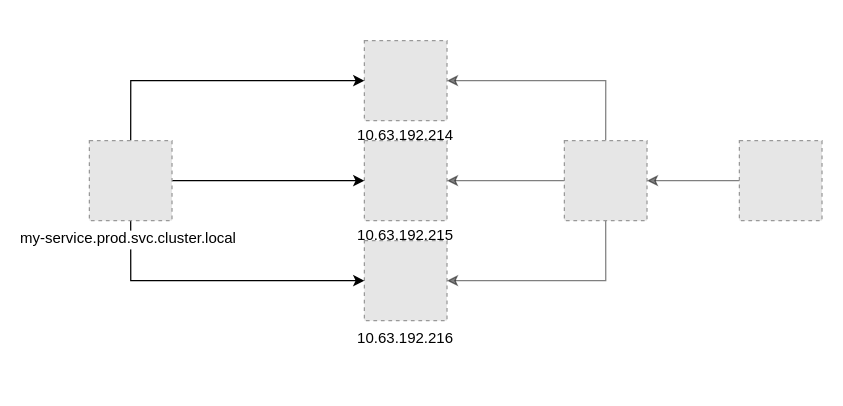
The draw.io diagram Svc with IP.drawio in Hazmo/battlesnake, before the edit. Source tidied: cells renumbered, new cells numbered last; positions are measured from the earlier drawing's top-left corner, leaving out a move shared by most shapes. Both pictures are drawn from the tidied source at 125%, with x=0, y=0 at pixel (89, 40). Pictures stored in the file or linked from it are replaced by grey dashed boxes.
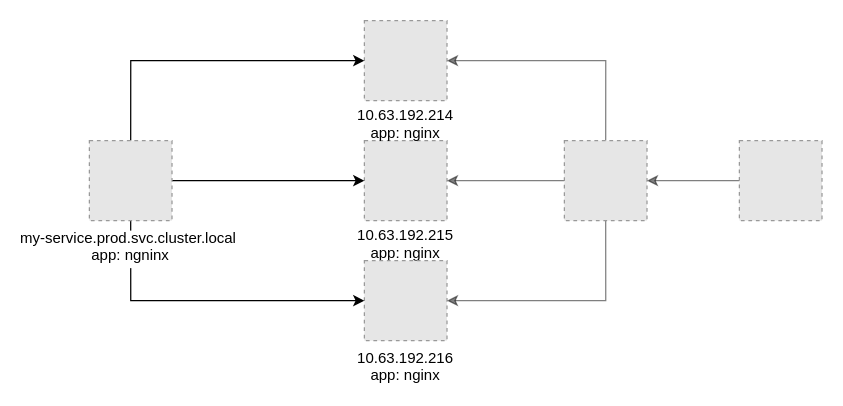
The same diagram, later.

Change to the diagram source:
```diff
@@
 <mxGraphModel>
   <root>
     <mxCell id="0" />
     <mxCell id="1" parent="0" />
-    <mxCell id="2" value="10.63.192.215" style="fillColor=#E6E6E6;strokeColor=#999999;dashed=1;verticalLabelPosition=bottom;verticalAlign=top;labelBackgroundColor=default;spacing=0;" parent="1" vertex="1">
+    <mxCell id="2" value="10.63.192.215&#10;app: nginx&#10;" style="fillColor=#E6E6E6;strokeColor=#999999;dashed=1;verticalLabelPosition=bottom;verticalAlign=top;labelBackgroundColor=default;spacing=0;" parent="1" vertex="1">
       <mxGeometry x="220" y="80" width="66.1" height="64" as="geometry" />
     </mxCell>
-    <mxCell id="3" value="10.63.192.214" style="fillColor=#E6E6E6;strokeColor=#999999;dashed=1;verticalLabelPosition=bottom;verticalAlign=top;labelBackgroundColor=none;spacing=0;" parent="1" vertex="1">
-      <mxGeometry x="220" width="66.1" height="64" as="geometry" />
+    <mxCell id="3" value="10.63.192.214&#10;app: nginx" style="fillColor=#E6E6E6;strokeColor=#999999;dashed=1;verticalLabelPosition=bottom;verticalAlign=top;labelBackgroundColor=none;spacing=0;" parent="1" vertex="1">
+      <mxGeometry x="220" y="-16" width="66.1" height="64" as="geometry" />
     </mxCell>
-    <mxCell id="4" value="10.63.192.216" style="fillColor=#E6E6E6;strokeColor=#999999;dashed=1;verticalLabelPosition=bottom;verticalAlign=top;labelBackgroundColor=default;" parent="1" vertex="1">
-      <mxGeometry x="220" y="160" width="66.1" height="64" as="geometry" />
+    <mxCell id="4" value="10.63.192.216&#10;app: nginx&#10;" style="fillColor=#E6E6E6;strokeColor=#999999;dashed=1;verticalLabelPosition=bottom;verticalAlign=top;labelBackgroundColor=default;" parent="1" vertex="1">
+      <mxGeometry x="220" y="176" width="66.1" height="64" as="geometry" />
     </mxCell>
     <mxCell id="5" style="edgeStyle=orthogonalEdgeStyle;rounded=0;jettySize=auto;html=1;exitX=0.5;exitY=0;exitDx=0;exitDy=0;entryX=1;entryY=0.5;entryDx=0;entryDy=0;opacity=50;" parent="1" edge="1" source="8" target="3">
       <mxGeometry relative="1" as="geometry" />
     </mxCell>
     <mxCell id="6" style="edgeStyle=orthogonalEdgeStyle;rounded=0;jettySize=auto;html=1;exitX=0;exitY=0.5;exitDx=0;exitDy=0;entryX=1;entryY=0.5;entryDx=0;entryDy=0;opacity=50;" parent="1" edge="1" source="8" target="2">
       <mxGeometry relative="1" as="geometry" />
     </mxCell>
     <mxCell id="7" style="edgeStyle=orthogonalEdgeStyle;rounded=0;jettySize=auto;html=1;exitX=0.5;exitY=1;exitDx=0;exitDy=0;entryX=1;entryY=0.5;entryDx=0;entryDy=0;opacity=50;" parent="1" edge="1" source="8" target="4">
       <mxGeometry relative="1" as="geometry" />
     </mxCell>
     <mxCell id="8" style="fillColor=#E6E6E6;strokeColor=#999999;dashed=1;verticalLabelPosition=bottom;verticalAlign=top;" parent="1" vertex="1">
       <mxGeometry x="380" y="80" width="66.1" height="64" as="geometry" />
     </mxCell>
     <mxCell id="9" style="edgeStyle=orthogonalEdgeStyle;rounded=0;jettySize=auto;html=1;exitX=0;exitY=0.5;exitDx=0;exitDy=0;opacity=50;" parent="1" edge="1" source="10" target="8">
       <mxGeometry relative="1" as="geometry" />
     </mxCell>
     <mxCell id="10" style="fillColor=#E6E6E6;strokeColor=#999999;dashed=1;verticalLabelPosition=bottom;verticalAlign=top;" parent="1" vertex="1">
       <mxGeometry x="520" y="80" width="66.1" height="64" as="geometry" />
     </mxCell>
     <mxCell id="11" style="edgeStyle=orthogonalEdgeStyle;rounded=0;jettySize=auto;html=1;exitX=0.5;exitY=0;exitDx=0;exitDy=0;entryX=0;entryY=0.5;entryDx=0;entryDy=0;" parent="1" edge="1" source="14" target="3">
       <mxGeometry relative="1" as="geometry" />
     </mxCell>
     <mxCell id="12" style="edgeStyle=orthogonalEdgeStyle;rounded=0;jettySize=auto;html=1;exitX=1;exitY=0.5;exitDx=0;exitDy=0;entryX=0;entryY=0.5;entryDx=0;entryDy=0;" parent="1" edge="1" source="14" target="2">
       <mxGeometry relative="1" as="geometry" />
     </mxCell>
     <mxCell id="13" style="edgeStyle=orthogonalEdgeStyle;rounded=0;jettySize=auto;html=1;exitX=0.5;exitY=1;exitDx=0;exitDy=0;entryX=0;entryY=0.5;entryDx=0;entryDy=0;" parent="1" edge="1" source="14" target="4">
       <mxGeometry relative="1" as="geometry" />
     </mxCell>
-    <mxCell id="14" value="my-service.prod.svc.cluster.local " style="fillColor=#E6E6E6;strokeColor=#999999;dashed=1;verticalLabelPosition=bottom;verticalAlign=top;labelBackgroundColor=default;" parent="1" vertex="1">
+    <mxCell id="14" value="my-service.prod.svc.cluster.local &#10;app: ngninx" style="fillColor=#E6E6E6;strokeColor=#999999;dashed=1;verticalLabelPosition=bottom;verticalAlign=top;labelBackgroundColor=default;" parent="1" vertex="1">
       <mxGeometry y="80" width="66.1" height="64" as="geometry" />
     </mxCell>
   </root>
 </mxGraphModel>
```
